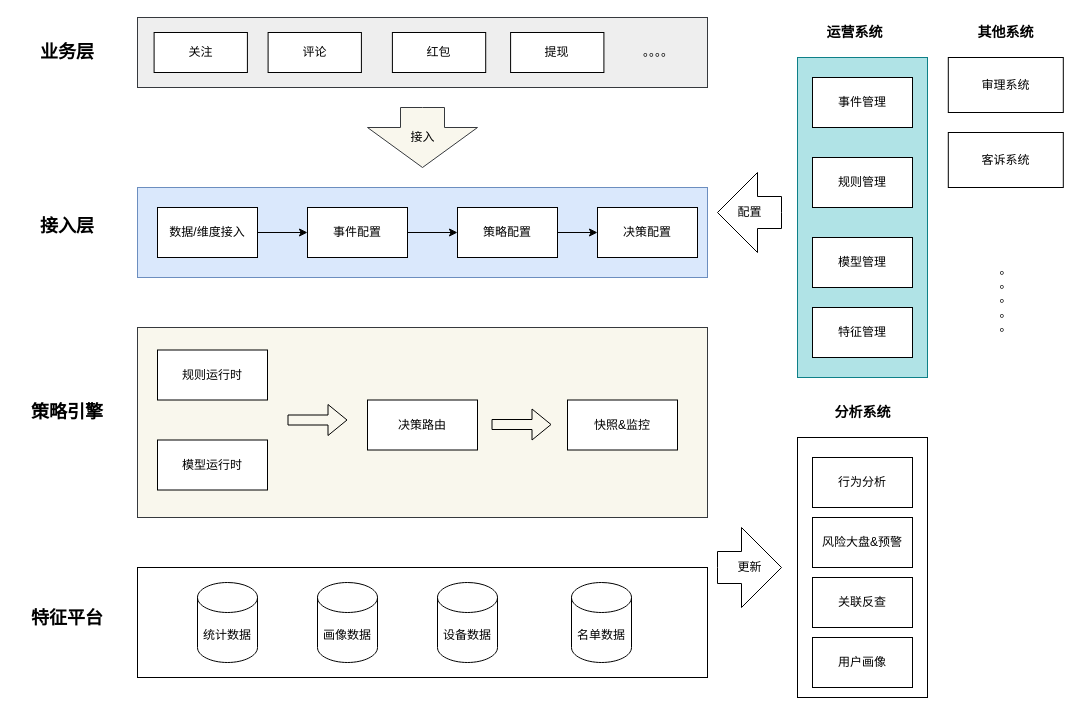
learn2Pro/draw_io_save keeps this draw.io diagram as risk_engine_infra.drawio. Above is the earlier version. Source tidied: cells renumbered, new cells numbered last; positions are measured from the earlier drawing's top-left corner, leaving out a move shared by most shapes. Both pictures are drawn from the tidied source at 100%, with x=0, y=0 at pixel (17, 17).
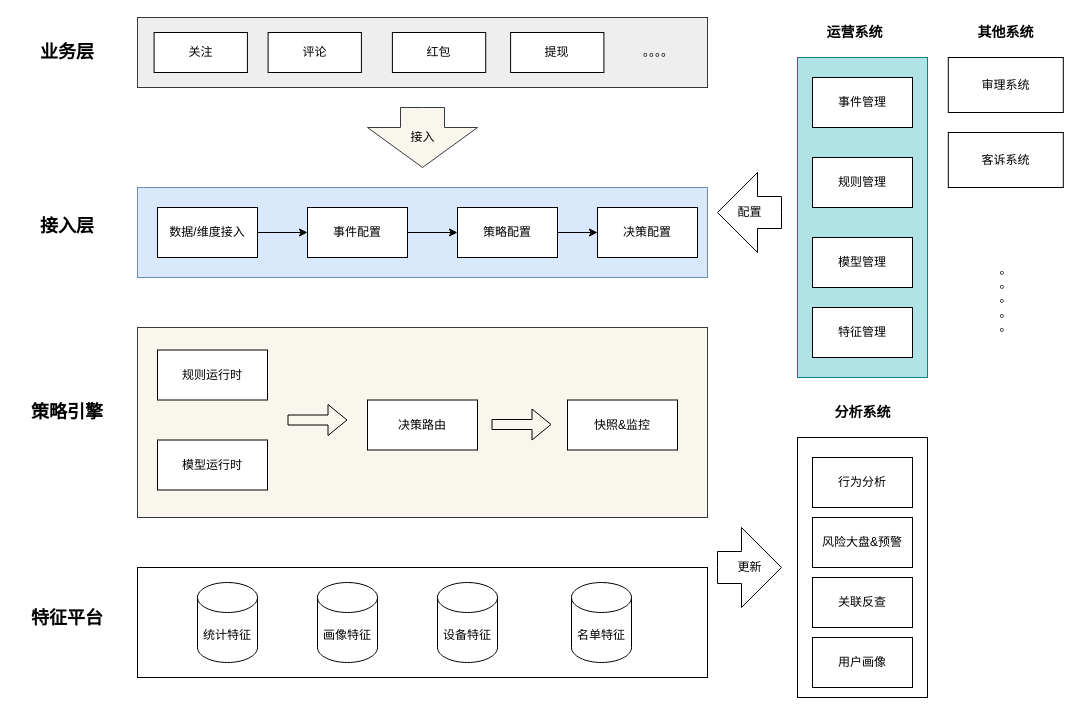
The same page after the edit.

Change to the diagram source:
```diff
@@
-    <mxCell id="51" value="统计数据" style="shape=cylinder3;whiteSpace=wrap;html=1;boundedLbl=1;backgroundOutline=1;size=15;fillColor=#ffffff;" parent="1" vertex="1">
+    <mxCell id="51" value="统计特征" style="shape=cylinder3;whiteSpace=wrap;html=1;boundedLbl=1;backgroundOutline=1;size=15;fillColor=#ffffff;" parent="1" vertex="1">
       <mxGeometry x="180" y="565" width="60" height="80" as="geometry" />
     </mxCell>
-    <mxCell id="52" value="画像数据" style="shape=cylinder3;whiteSpace=wrap;html=1;boundedLbl=1;backgroundOutline=1;size=15;fillColor=#ffffff;" parent="1" vertex="1">
+    <mxCell id="52" value="画像特征" style="shape=cylinder3;whiteSpace=wrap;html=1;boundedLbl=1;backgroundOutline=1;size=15;fillColor=#ffffff;" parent="1" vertex="1">
       <mxGeometry x="300" y="565" width="60" height="80" as="geometry" />
     </mxCell>
-    <mxCell id="53" value="设备数据" style="shape=cylinder3;whiteSpace=wrap;html=1;boundedLbl=1;backgroundOutline=1;size=15;fillColor=#ffffff;" parent="1" vertex="1">
+    <mxCell id="53" value="设备特征" style="shape=cylinder3;whiteSpace=wrap;html=1;boundedLbl=1;backgroundOutline=1;size=15;fillColor=#ffffff;" parent="1" vertex="1">
       <mxGeometry x="420" y="565" width="60" height="80" as="geometry" />
     </mxCell>
-    <mxCell id="54" value="名单数据" style="shape=cylinder3;whiteSpace=wrap;html=1;boundedLbl=1;backgroundOutline=1;size=15;fillColor=#ffffff;" parent="1" vertex="1">
+    <mxCell id="54" value="名单特征" style="shape=cylinder3;whiteSpace=wrap;html=1;boundedLbl=1;backgroundOutline=1;size=15;fillColor=#ffffff;" parent="1" vertex="1">
       <mxGeometry x="554" y="565" width="60" height="80" as="geometry" />
     </mxCell>
```
